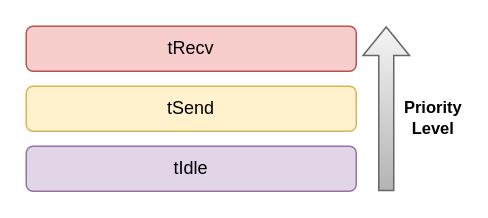
ESRGgroup9/slipad keeps this draw.io diagram as page "ThPrio" (1 of 14) of documentation/flowcharts/RS/RS.drawio. Above is the earlier version. Source tidied: cells renumbered, new cells numbered last; positions are measured from the earlier drawing's top-left corner, leaving out a move shared by most shapes. Both pictures are drawn from the tidied source at 150%, with x=0, y=0 at pixel (26, 26).
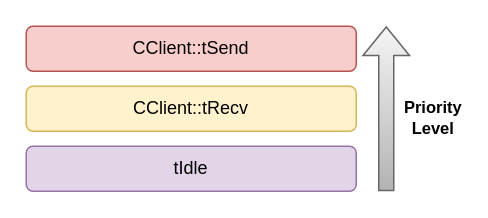
Above is the later version.

The edit, as a diff of the source:
```diff
@@
 <mxGraphModel>
   <root>
     <mxCell id="0" />
     <mxCell id="1" parent="0" />
-    <mxCell id="2" value="tRecv" style="rounded=1;whiteSpace=wrap;html=1;fillColor=#f8cecc;strokeColor=#b85450;" parent="1" vertex="1">
-      <mxGeometry width="220" height="30" as="geometry" />
+    <mxCell id="2" value="CClient::tRecv" style="rounded=1;whiteSpace=wrap;html=1;fillColor=#fff2cc;strokeColor=#d6b656;" parent="1" vertex="1">
+      <mxGeometry y="40" width="220" height="30" as="geometry" />
     </mxCell>
     <mxCell id="3" value="tIdle" style="rounded=1;whiteSpace=wrap;html=1;fillColor=#e1d5e7;strokeColor=#9673a6;" parent="1" vertex="1">
       <mxGeometry y="80" width="220" height="30" as="geometry" />
     </mxCell>
     <mxCell id="4" style="shape=flexArrow;endArrow=classic;html=1;rounded=0;fillColor=#f5f5f5;gradientColor=#b3b3b3;strokeColor=#666666;" parent="1" edge="1">
       <mxGeometry relative="1" as="geometry">
         <mxPoint x="240" y="110" as="sourcePoint" />
         <mxPoint x="240" as="targetPoint" />
       </mxGeometry>
     </mxCell>
     <mxCell id="5" value="&lt;div&gt;Priority&lt;/div&gt;&lt;div&gt;Level&lt;/div&gt;" style="edgeLabel;html=1;align=center;verticalAlign=middle;labelBackgroundColor=default;fontStyle=1;" parent="4" vertex="1">
       <mxGeometry x="0.54" y="-2" relative="1" as="geometry">
         <mxPoint x="28" y="35" as="offset" />
       </mxGeometry>
     </mxCell>
-    <mxCell id="6" value="tSend" style="rounded=1;whiteSpace=wrap;html=1;fillColor=#fff2cc;strokeColor=#d6b656;" parent="1" vertex="1">
-      <mxGeometry y="40" width="220" height="30" as="geometry" />
+    <mxCell id="6" value="CClient::tSend" style="rounded=1;whiteSpace=wrap;html=1;fillColor=#f8cecc;strokeColor=#b85450;" parent="1" vertex="1">
+      <mxGeometry width="220" height="30" as="geometry" />
     </mxCell>
   </root>
 </mxGraphModel>
```
